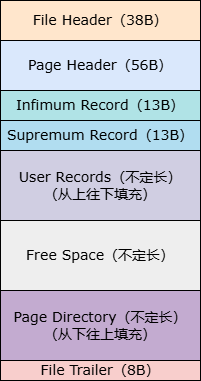
guxdong/imgrepo keeps this draw.io diagram as mysql/InnoDB索引页结构.drawio.png. Above is the earlier version. Source tidied: cells renumbered, new cells last; positions are measured from the earlier drawing's top-left corner, leaving out a move shared by most shapes.
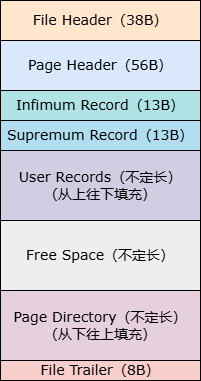
Above is the later version.

Commit message:
更新InnoDB索引页结构.drawio.png

Diff of the diagram source:
```diff
@@ -20,7 +20,7 @@
     <mxCell id="7" value="Free Space（不定长）" style="rounded=0;whiteSpace=wrap;html=1;fontFamily=Verdana;fontSize=14;fillColor=#eeeeee;strokeColor=default;" parent="1" vertex="1">
       <mxGeometry y="220" width="200" height="70" as="geometry" />
     </mxCell>
-    <mxCell id="8" value="Page Directory（不定长）&lt;div&gt;（从下往上填充）&lt;/div&gt;" style="rounded=0;whiteSpace=wrap;html=1;fontFamily=Verdana;fontSize=14;fillColor=#C3ABD0;strokeColor=default;" parent="1" vertex="1">
+    <mxCell id="8" value="Page Directory（不定长）&lt;div&gt;（从下往上填充）&lt;/div&gt;" style="rounded=0;whiteSpace=wrap;html=1;fontFamily=Verdana;fontSize=14;fillColor=#E6D0DE;strokeColor=default;" parent="1" vertex="1">
       <mxGeometry y="290" width="200" height="70" as="geometry" />
     </mxCell>
     <mxCell id="9" value="File Trailer（8B）" style="rounded=0;whiteSpace=wrap;html=1;fontFamily=Verdana;fontSize=14;fillColor=#f8cecc;strokeColor=default;" parent="1" vertex="1">
```
